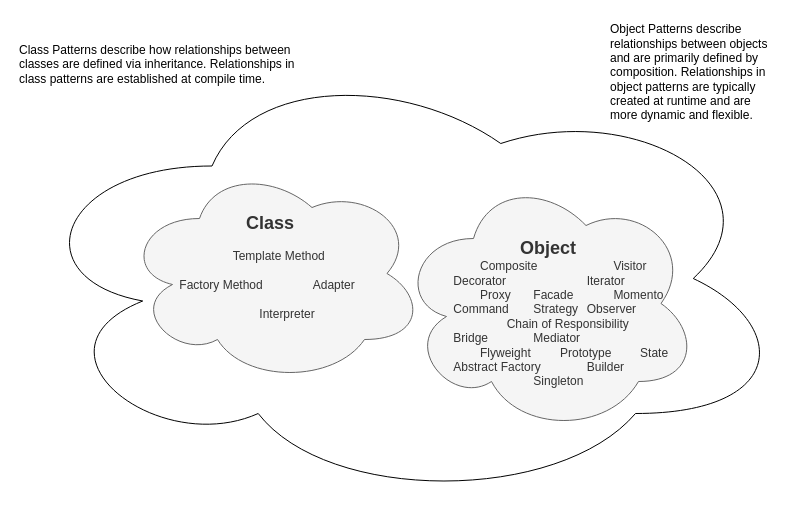
Earlier version of the draw.io diagram head-first-design-patterns/diagrams/00_02_design_pattern.drawio (huyurt/book-summary). Source tidied: cells renumbered, new cells numbered last; positions are measured from the earlier drawing's top-left corner, leaving out a move shared by most shapes. Both pictures are drawn from the tidied source at 100%, with x=0, y=0 at pixel (17, 17).
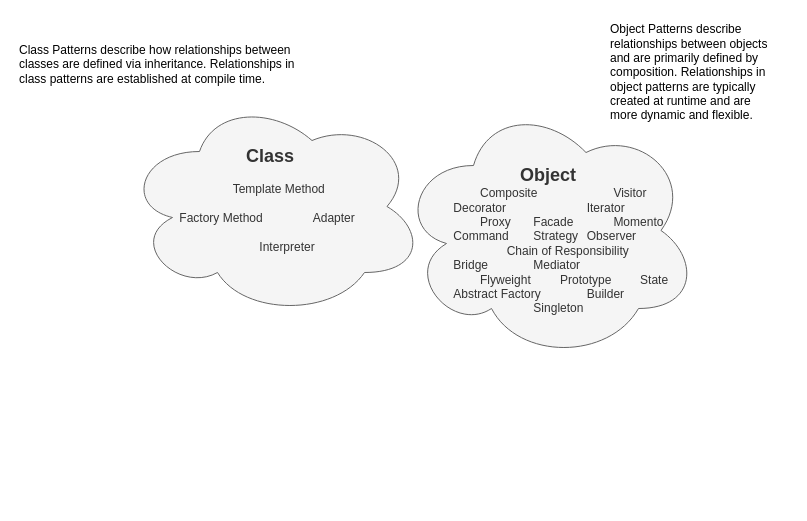
After the change.

What changed in the source:
```diff
@@
 <mxGraphModel>
   <root>
     <mxCell id="0" />
     <mxCell id="1" parent="0" />
-    <mxCell id="2" style="ellipse;shape=cloud;whiteSpace=wrap;html=1;fontSize=12;" parent="1" vertex="1">
-      <mxGeometry x="2" y="36" width="770" height="450" as="geometry" />
-    </mxCell>
     <mxCell id="3" value="&lt;br&gt;&lt;br&gt;&lt;br&gt;&lt;font style=&quot;&quot;&gt;&lt;b style=&quot;&quot;&gt;&lt;font style=&quot;font-size: 18px;&quot;&gt;&lt;span style=&quot;white-space: pre;&quot;&gt;&#9;&lt;/span&gt;&lt;span style=&quot;white-space: pre;&quot;&gt;&#9;&lt;/span&gt;&lt;span style=&quot;white-space: pre;&quot;&gt;&#9;&lt;/span&gt;Class&lt;/font&gt;&lt;/b&gt;&lt;br&gt;&lt;br&gt;&lt;div style=&quot;&quot;&gt;&lt;span style=&quot;white-space: pre;&quot;&gt;&#9;&lt;/span&gt;&lt;span style=&quot;white-space: pre;&quot;&gt;&#9;&lt;span style=&quot;white-space: pre;&quot;&gt;&#9;&lt;/span&gt;&lt;span style=&quot;white-space: pre;&quot;&gt;&#9;&lt;/span&gt;&lt;/span&gt;Template Method&lt;/div&gt;&lt;div style=&quot;&quot;&gt;&lt;br&gt;&lt;/div&gt;&lt;div style=&quot;&quot;&gt;&lt;span style=&quot;white-space: pre;&quot;&gt;&#9;&lt;/span&gt;&lt;span style=&quot;white-space: pre;&quot;&gt;&#9;&lt;/span&gt;Factory Method&lt;span style=&quot;white-space: pre;&quot;&gt;&#9;&lt;/span&gt;&lt;span style=&quot;white-space: pre;&quot;&gt;&#9;&lt;/span&gt;Adapter&lt;br&gt;&lt;/div&gt;&lt;div style=&quot;&quot;&gt;&lt;br&gt;&lt;/div&gt;&lt;div style=&quot;&quot;&gt;&lt;span style=&quot;white-space: pre;&quot;&gt;&#9;&lt;/span&gt;&lt;span style=&quot;white-space: pre;&quot;&gt;&#9;&lt;/span&gt;&lt;span style=&quot;white-space: pre;&quot;&gt;&#9;&lt;/span&gt;&lt;span style=&quot;white-space: pre;&quot;&gt;&#9;&lt;/span&gt;&lt;span style=&quot;white-space: pre;&quot;&gt;&#9;&lt;/span&gt;Interpreter&lt;br&gt;&lt;/div&gt;&lt;/font&gt;" style="ellipse;shape=cloud;whiteSpace=wrap;html=1;fillColor=#f5f5f5;fontColor=#333333;strokeColor=#666666;verticalAlign=top;align=left;" parent="1" vertex="1">
-      <mxGeometry x="107" y="146" width="300" height="220" as="geometry" />
+      <mxGeometry x="107" y="79" width="300" height="220" as="geometry" />
     </mxCell>
     <mxCell id="4" value="&lt;br&gt;&lt;br&gt;&lt;br&gt;&lt;br&gt;&lt;font style=&quot;&quot;&gt;&lt;b style=&quot;&quot;&gt;&lt;font style=&quot;font-size: 18px;&quot;&gt;&lt;span style=&quot;white-space: pre;&quot;&gt;&#9;&lt;/span&gt;&lt;span style=&quot;white-space: pre;&quot;&gt;&#9;&lt;/span&gt;&lt;span style=&quot;white-space: pre;&quot;&gt;&#9;&lt;/span&gt;Object&lt;/font&gt;&lt;/b&gt;&lt;br&gt;&lt;span style=&quot;white-space: pre;&quot;&gt;&#9;&lt;/span&gt;&lt;span style=&quot;white-space: pre;&quot;&gt;&#9;&lt;span style=&quot;white-space: pre;&quot;&gt;&#9;&lt;/span&gt;&lt;/span&gt;Composite&lt;span style=&quot;white-space: pre;&quot;&gt;&#9;&lt;/span&gt;&lt;span style=&quot;white-space: pre;&quot;&gt;&#9;&lt;/span&gt;&lt;span style=&quot;white-space: pre;&quot;&gt;&#9;&lt;/span&gt;Visitor&lt;br&gt;&lt;div style=&quot;&quot;&gt;&lt;span style=&quot;white-space: pre;&quot;&gt;&#9;&lt;/span&gt;&lt;span style=&quot;white-space: pre;&quot;&gt;&#9;&lt;/span&gt;Decorator&lt;span style=&quot;white-space: pre;&quot;&gt;&#9;&lt;/span&gt;&lt;span style=&quot;white-space: pre;&quot;&gt;&#9;&lt;/span&gt;&lt;span style=&quot;white-space: pre;&quot;&gt;&#9;&lt;/span&gt;Iterator&lt;br&gt;&lt;/div&gt;&lt;div style=&quot;&quot;&gt;&lt;span style=&quot;white-space: pre;&quot;&gt;&#9;&lt;/span&gt;&lt;span style=&quot;white-space: pre;&quot;&gt;&#9;&lt;/span&gt;&lt;span style=&quot;white-space: pre;&quot;&gt;&#9;&lt;/span&gt;Proxy&lt;span style=&quot;white-space: pre;&quot;&gt;&#9;&lt;/span&gt;Facade&lt;span style=&quot;white-space: pre;&quot;&gt;&#9;&lt;/span&gt;&lt;span style=&quot;white-space: pre;&quot;&gt;&#9;&lt;/span&gt;Momento&lt;br&gt;&lt;/div&gt;&lt;div style=&quot;&quot;&gt;&lt;span style=&quot;white-space: pre;&quot;&gt;&#9;&lt;/span&gt;&lt;span style=&quot;white-space: pre;&quot;&gt;&#9;&lt;/span&gt;Command&lt;span style=&quot;white-space: pre;&quot;&gt;&#9;&lt;/span&gt;Strategy&lt;span style=&quot;white-space: pre;&quot;&gt;&#9;&lt;/span&gt;Observer&lt;span style=&quot;white-space: pre;&quot;&gt;&#9;&lt;/span&gt;&lt;br&gt;&lt;/div&gt;&lt;div style=&quot;&quot;&gt;&lt;span style=&quot;white-space: pre;&quot;&gt;&#9;&lt;/span&gt;&lt;span style=&quot;white-space: pre;&quot;&gt;&#9;&lt;span style=&quot;white-space: pre;&quot;&gt;&#9;&lt;/span&gt;&lt;span style=&quot;white-space: pre;&quot;&gt;&#9;&lt;/span&gt;C&lt;/span&gt;hain of Responsibility&lt;/div&gt;&lt;div style=&quot;&quot;&gt;&lt;span style=&quot;white-space: pre;&quot;&gt;&#9;&lt;/span&gt;&lt;span style=&quot;white-space: pre;&quot;&gt;&#9;&lt;/span&gt;Bridge&lt;span style=&quot;white-space: pre;&quot;&gt;&#9;&lt;/span&gt;&lt;span style=&quot;white-space: pre;&quot;&gt;&#9;&lt;/span&gt;Mediator&lt;br&gt;&lt;/div&gt;&lt;div style=&quot;&quot;&gt;&lt;span style=&quot;white-space: pre;&quot;&gt;&#9;&lt;/span&gt;&lt;span style=&quot;white-space: pre;&quot;&gt;&#9;&lt;span style=&quot;white-space: pre;&quot;&gt;&#9;&lt;/span&gt;F&lt;/span&gt;lyweight&lt;span style=&quot;white-space: pre;&quot;&gt;&#9;&lt;/span&gt;&lt;span style=&quot;white-space: pre;&quot;&gt;&#9;&lt;/span&gt;Prototype&lt;span style=&quot;white-space: pre;&quot;&gt;&#9;&lt;/span&gt;&lt;span style=&quot;white-space: pre;&quot;&gt;&#9;&lt;/span&gt;State&lt;br&gt;&lt;/div&gt;&lt;div style=&quot;&quot;&gt;&lt;span style=&quot;white-space: pre;&quot;&gt;&#9;&lt;/span&gt;&lt;span style=&quot;white-space: pre;&quot;&gt;&#9;&lt;/span&gt;Abstract Factory&lt;span style=&quot;white-space: pre;&quot;&gt;&#9;&lt;/span&gt;&lt;span style=&quot;white-space: pre;&quot;&gt;&#9;&lt;/span&gt;Builder&lt;br&gt;&lt;/div&gt;&lt;div style=&quot;&quot;&gt;&lt;span style=&quot;white-space: pre;&quot;&gt;&#9;&lt;/span&gt;&lt;span style=&quot;white-space: pre;&quot;&gt;&#9;&lt;/span&gt;&lt;span style=&quot;white-space: pre;&quot;&gt;&#9;&lt;/span&gt;&lt;span style=&quot;white-space: pre;&quot;&gt;&#9;&lt;/span&gt;&lt;span style=&quot;white-space: pre;&quot;&gt;&#9;&lt;/span&gt;Singleton&lt;br&gt;&lt;/div&gt;&lt;/font&gt;" style="ellipse;shape=cloud;whiteSpace=wrap;html=1;fillColor=#f5f5f5;fontColor=#333333;strokeColor=#666666;verticalAlign=top;align=left;" parent="1" vertex="1">
-      <mxGeometry x="381" y="156" width="300" height="260" as="geometry" />
+      <mxGeometry x="381" y="83" width="300" height="260" as="geometry" />
     </mxCell>
     <mxCell id="5" value="Class Patterns describe how relationships between&#10;classes are defined via inheritance. Relationships in&#10;class patterns are established at compile time." style="text;html=1;align=left;verticalAlign=middle;strokeColor=none;fillColor=none;fontSize=12;" parent="1" vertex="1">
       <mxGeometry y="17" width="300" height="60" as="geometry" />
     </mxCell>
     <mxCell id="6" value="Object Patterns describe&#10;relationships between objects&#10;and are primarily defined by&#10;composition. Relationships in&#10;object patterns are typically&#10;created at runtime and are&#10;more dynamic and flexible." style="text;html=1;align=left;verticalAlign=middle;strokeColor=none;fillColor=none;fontSize=12;" parent="1" vertex="1">
       <mxGeometry x="591" width="180" height="110" as="geometry" />
     </mxCell>
   </root>
 </mxGraphModel>
```
